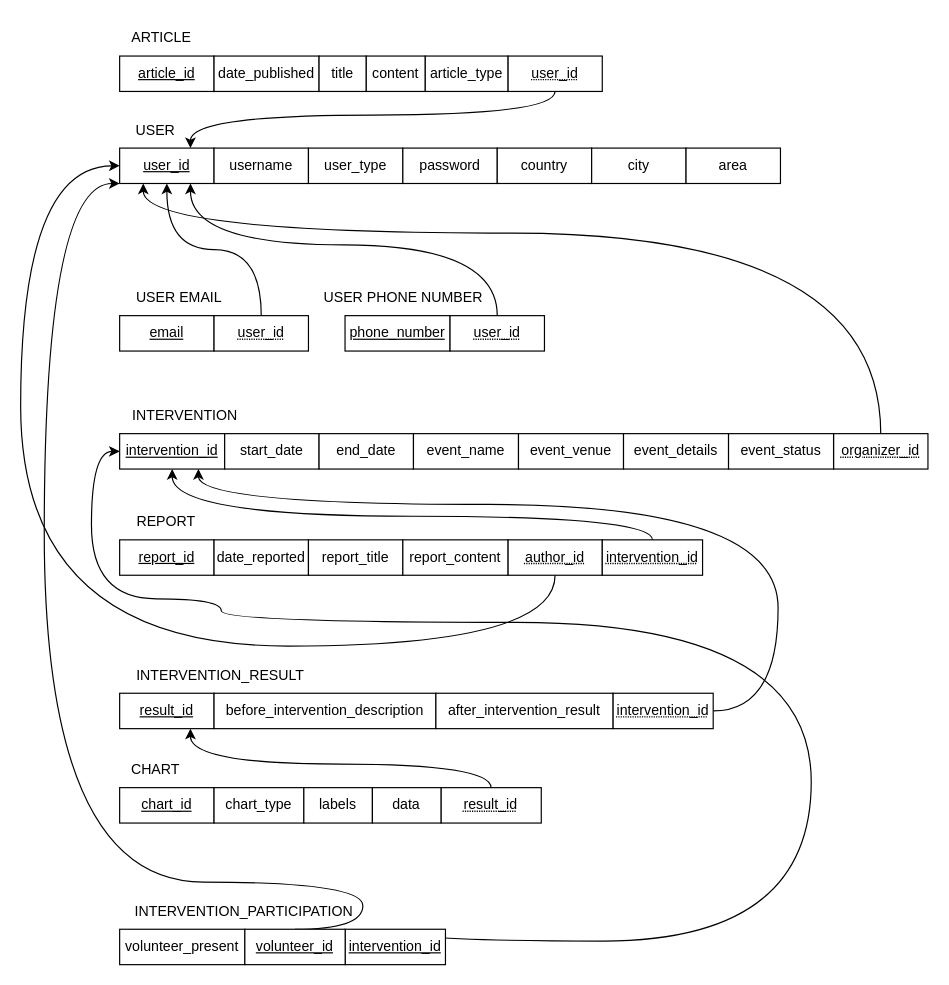
Earlier version of the draw.io diagram relational_schema.drawio (BloodRiver/public-health-interventions). Source tidied: cells renumbered, new cells numbered last; positions are measured from the earlier drawing's top-left corner, leaving out a move shared by most shapes. Both pictures are drawn from the tidied source at 118%, with x=0, y=0 at pixel (20, 20).
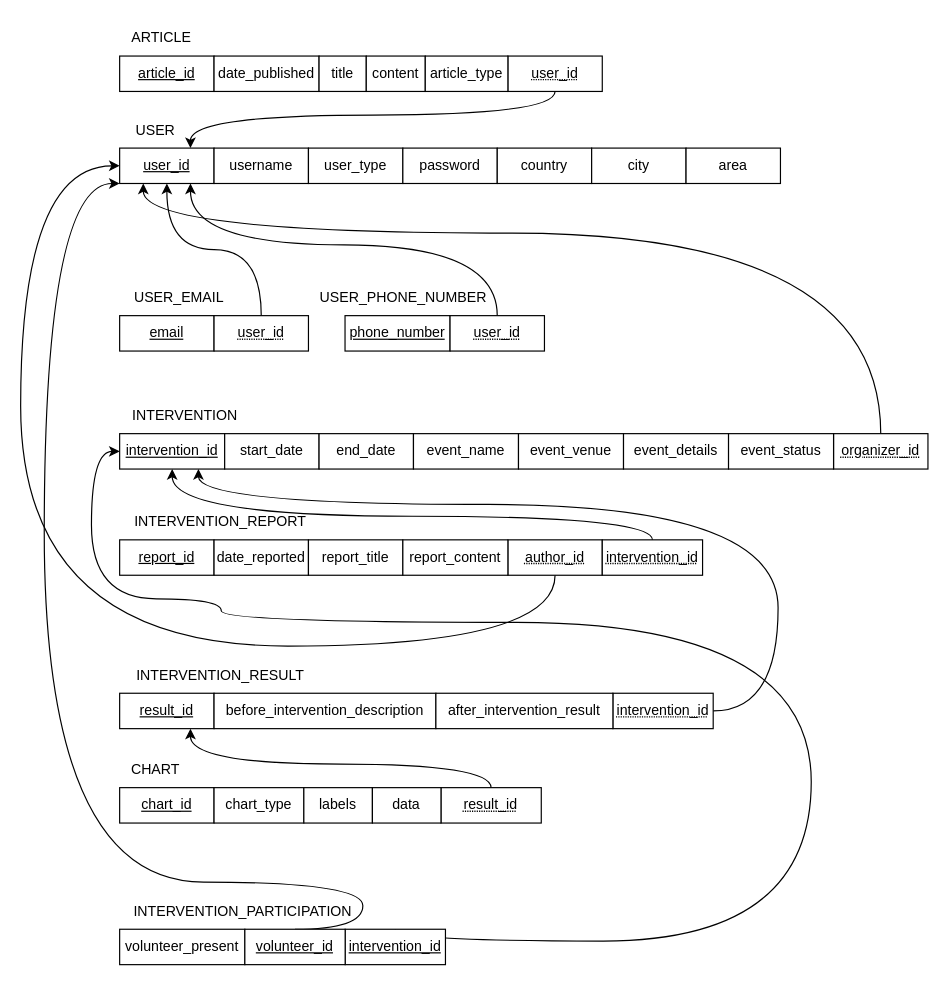
Above is the later version.

The edit, as a diff of the source:
```diff
@@
-    <mxCell id="7" value="USER EMAIL" style="text;html=1;align=center;verticalAlign=middle;strokeColor=none;fillColor=none;" parent="1" vertex="1">
+    <mxCell id="7" value="USER_EMAIL" style="text;html=1;align=center;verticalAlign=middle;strokeColor=none;fillColor=none;" parent="1" vertex="1">
       <mxGeometry x="83.9" y="220" width="100" height="30" as="geometry" />
     </mxCell>
@@
-    <mxCell id="11" value="USER PHONE NUMBER" style="text;html=1;align=center;verticalAlign=middle;strokeColor=none;fillColor=none;" parent="1" vertex="1">
+    <mxCell id="11" value="USER_PHONE_NUMBER" style="text;html=1;align=center;verticalAlign=middle;strokeColor=none;fillColor=none;" parent="1" vertex="1">
       <mxGeometry x="243.9" y="220" width="160" height="30" as="geometry" />
     </mxCell>
@@
-    <mxCell id="29" value="REPORT" style="text;html=1;align=center;verticalAlign=middle;strokeColor=none;fillColor=none;" parent="1" vertex="1">
-      <mxGeometry x="87.9" y="410" width="70" height="30" as="geometry" />
+    <mxCell id="29" value="INTERVENTION_REPORT" style="text;html=1;align=center;verticalAlign=middle;strokeColor=none;fillColor=none;" parent="1" vertex="1">
+      <mxGeometry x="83.9" y="410" width="170" height="30" as="geometry" />
     </mxCell>
@@
     <mxCell id="51" value="INTERVENTION_PARTICIPATION" style="text;html=1;align=center;verticalAlign=middle;strokeColor=none;fillColor=none;" parent="1" vertex="1">
-      <mxGeometry x="83.9" y="740" width="210" height="30" as="geometry" />
+      <mxGeometry x="82.9" y="740" width="210" height="30" as="geometry" />
     </mxCell>
```
